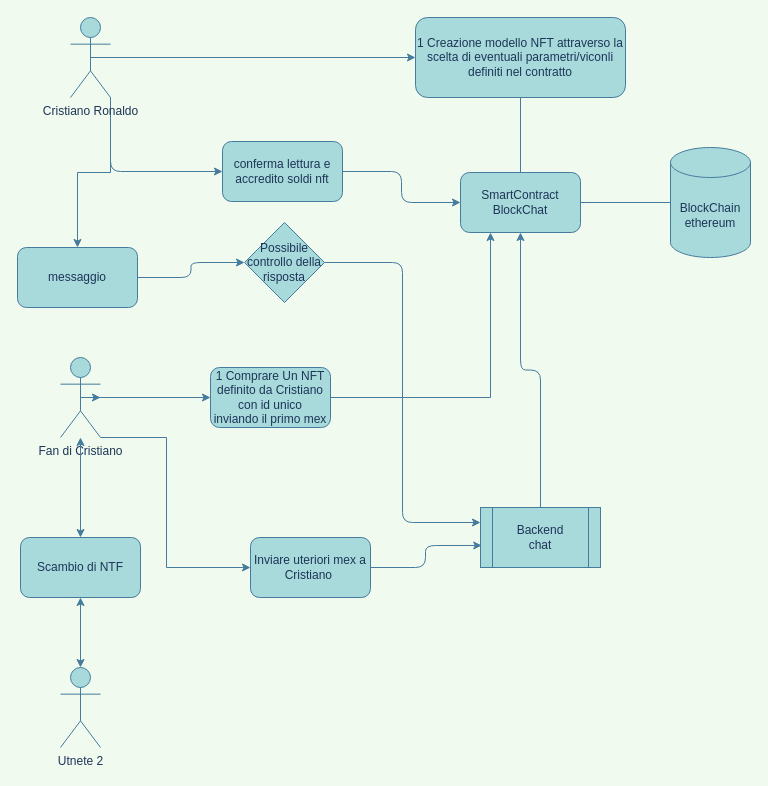
naddi96/Block-Chat-Project keeps this draw.io diagram as file.drawio. Above is the earlier version. Source tidied: cells renumbered, new cells numbered last; positions are measured from the earlier drawing's top-left corner, leaving out a move shared by most shapes. Both pictures are drawn from the tidied source at 100%, with x=0, y=0 at pixel (17, 17).
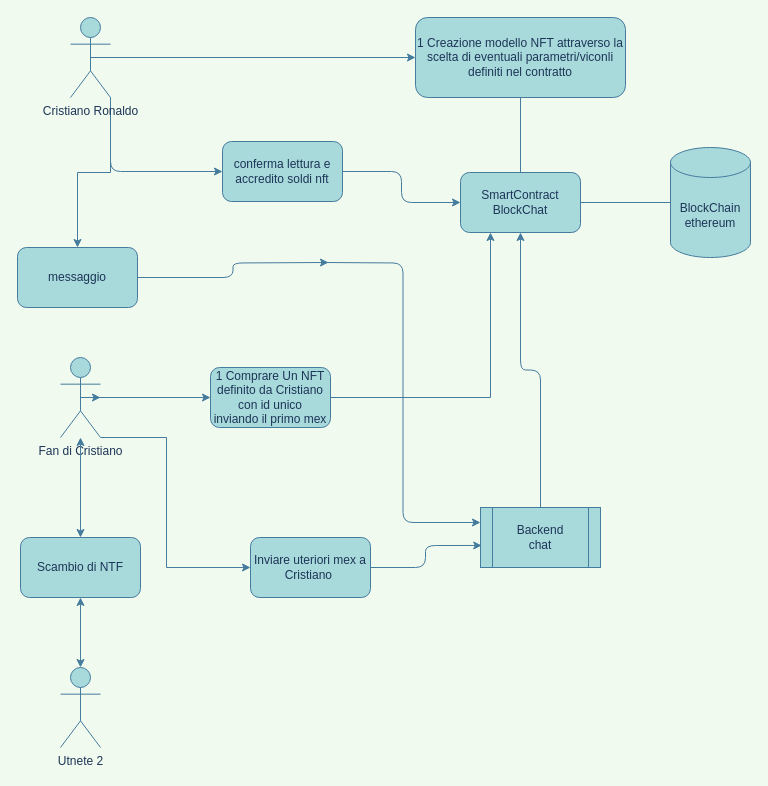
After the change.

The change refers to these unchanged cells:
```xml
<mxCell id="19" value="messaggio" style="rounded=1;whiteSpace=wrap;html=1;fillColor=#A8DADC;strokeColor=#457B9D;fontColor=#1D3557;" parent="1" vertex="1">
  <mxGeometry y="230" width="120" height="60" as="geometry" />
</mxCell>
<mxCell id="29" value="Backend&lt;br&gt;chat" style="shape=process;whiteSpace=wrap;html=1;backgroundOutline=1;rounded=0;fillColor=#A8DADC;strokeColor=#457B9D;fontColor=#1D3557;" parent="1" vertex="1">
  <mxGeometry x="463" y="490" width="120" height="60" as="geometry" />
</mxCell>
```

Diff of the diagram source:
```diff
@@
-    <mxCell id="18" style="edgeStyle=orthogonalEdgeStyle;rounded=1;jettySize=auto;html=1;labelBackgroundColor=#F1FAEE;strokeColor=#457B9D;fontColor=#1D3557;" parent="1" edge="1" source="19" target="27">
-      <mxGeometry relative="1" as="geometry" />
+    <mxCell id="18" style="edgeStyle=orthogonalEdgeStyle;rounded=1;jettySize=auto;html=1;labelBackgroundColor=#F1FAEE;strokeColor=#457B9D;fontColor=#1D3557;" parent="1" edge="1" source="19">
+      <mxGeometry relative="1" as="geometry">
+        <mxPoint x="311" y="245" as="targetPoint" />
+      </mxGeometry>
     </mxCell>
@@
-    <mxCell id="26" style="edgeStyle=orthogonalEdgeStyle;rounded=1;jettySize=auto;html=1;entryX=0;entryY=0.25;entryDx=0;entryDy=0;labelBackgroundColor=#F1FAEE;strokeColor=#457B9D;fontColor=#1D3557;" parent="1" edge="1" source="27" target="29">
-      <mxGeometry relative="1" as="geometry" />
+    <mxCell id="26" style="edgeStyle=orthogonalEdgeStyle;rounded=1;jettySize=auto;html=1;entryX=0;entryY=0.25;entryDx=0;entryDy=0;labelBackgroundColor=#F1FAEE;strokeColor=#457B9D;fontColor=#1D3557;" parent="1" edge="1" target="29">
+      <mxGeometry relative="1" as="geometry">
+        <mxPoint x="307" y="245" as="sourcePoint" />
+      </mxGeometry>
     </mxCell>
-    <mxCell id="27" value="Possibile controllo della risposta" style="rhombus;whiteSpace=wrap;html=1;rounded=0;fillColor=#A8DADC;strokeColor=#457B9D;fontColor=#1D3557;" parent="1" vertex="1">
-      <mxGeometry x="227" y="205" width="80" height="80" as="geometry" />
-    </mxCell>
```
